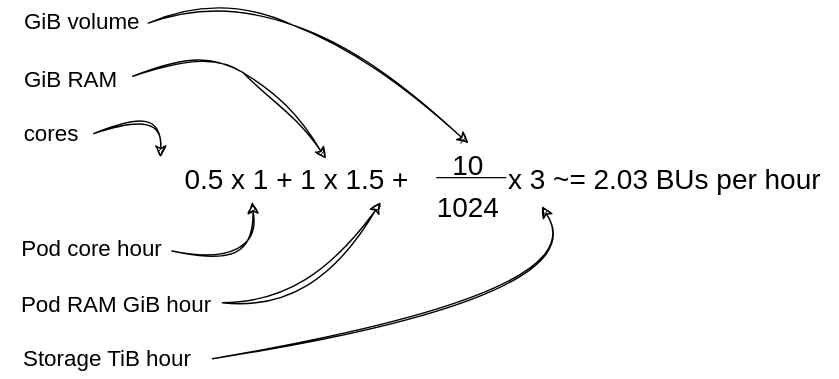
Above: docs/cloud/rahti/images/RahtiLimits.drawio.svg in CSCfi/csc-user-guide (draw.io), before the change. Source tidied: cells renumbered, new cells last; positions are measured from the earlier drawing's top-left corner, leaving out a move shared by most shapes. Source of this version:
```xml
<mxGraphModel>
  <root>
    <mxCell id="0" />
    <mxCell id="1" parent="0" />
    <mxCell id="2" style="curved=1;endArrow=classic;html=1;rounded=0;exitX=1;exitY=0.5;exitDx=0;exitDy=0;entryX=0;entryY=0;entryDx=0;entryDy=0;sketch=1;curveFitting=1;jiggle=2;" parent="1" edge="1" source="8" target="3">
      <mxGeometry relative="1" as="geometry">
        <Array as="points">
          <mxPoint x="114" y="79" />
        </Array>
      </mxGeometry>
    </mxCell>
    <mxCell id="3" value="&lt;font style=&quot;font-size: 20px;&quot;&gt;0.5 x 1 + 1 x 1.5 +&lt;/font&gt;" style="text;html=1;align=center;verticalAlign=middle;whiteSpace=wrap;rounded=0;" parent="1" vertex="1">
      <mxGeometry x="114" y="119" width="195" height="30" as="geometry" />
    </mxCell>
    <mxCell id="4" value="&lt;font style=&quot;font-size: 20px;&quot;&gt;10&lt;/font&gt;" style="text;html=1;align=center;verticalAlign=middle;whiteSpace=wrap;rounded=0;" parent="1" vertex="1">
      <mxGeometry x="304" y="109" width="60" height="30" as="geometry" />
    </mxCell>
    <mxCell id="5" value="&lt;font style=&quot;font-size: 20px;&quot;&gt;1024&lt;/font&gt;" style="text;html=1;align=center;verticalAlign=middle;whiteSpace=wrap;rounded=0;" parent="1" vertex="1">
      <mxGeometry x="304" y="139" width="60" height="30" as="geometry" />
    </mxCell>
    <mxCell id="6" style="endArrow=none;html=1;rounded=0;" parent="1" edge="1">
      <mxGeometry relative="1" as="geometry">
        <mxPoint x="311" y="133.5" as="sourcePoint" />
        <mxPoint x="361" y="133.5" as="targetPoint" />
        <Array as="points">
          <mxPoint x="341" y="133.5" />
        </Array>
      </mxGeometry>
    </mxCell>
    <mxCell id="7" value="&lt;font style=&quot;font-size: 20px;&quot;&gt;x 3 ~= 2.03 BUs per hour&lt;br&gt;&lt;/font&gt;" style="text;html=1;align=center;verticalAlign=middle;points=[];strokeColor=none;fillColor=none;" parent="1" vertex="1">
      <mxGeometry x="349" y="114" width="250" height="40" as="geometry" />
    </mxCell>
    <mxCell id="8" value="&lt;font style=&quot;font-size: 16px;&quot;&gt;cores&lt;/font&gt;" style="text;html=1;align=center;verticalAlign=middle;whiteSpace=wrap;rounded=0;" parent="1" vertex="1">
      <mxGeometry x="6" y="87" width="60" height="30" as="geometry" />
    </mxCell>
    <mxCell id="9" value="&lt;font style=&quot;font-size: 16px;&quot;&gt;Storage TiB hour&lt;/font&gt;" style="text;html=1;align=center;verticalAlign=middle;whiteSpace=wrap;rounded=0;" parent="1" vertex="1">
      <mxGeometry x="1" y="248" width="150" height="30" as="geometry" />
    </mxCell>
    <mxCell id="10" value="&lt;font style=&quot;font-size: 16px;&quot;&gt;Pod RAM GiB hour&lt;/font&gt;" style="text;html=1;align=center;verticalAlign=middle;whiteSpace=wrap;rounded=0;" parent="1" vertex="1">
      <mxGeometry x="10" y="209" width="145" height="30" as="geometry" />
    </mxCell>
    <mxCell id="11" value="&lt;font style=&quot;font-size: 16px;&quot;&gt;Pod core hour&lt;/font&gt;" style="text;html=1;align=center;verticalAlign=middle;whiteSpace=wrap;rounded=0;" parent="1" vertex="1">
      <mxGeometry x="10" y="169" width="110" height="30" as="geometry" />
    </mxCell>
    <mxCell id="12" value="&lt;font style=&quot;font-size: 16px;&quot;&gt;GiB volume&lt;/font&gt;" style="text;html=1;align=center;verticalAlign=middle;whiteSpace=wrap;rounded=0;" parent="1" vertex="1">
      <mxGeometry x="8" y="7" width="100" height="30" as="geometry" />
    </mxCell>
    <mxCell id="13" value="&lt;font style=&quot;font-size: 16px;&quot;&gt;GiB RAM&lt;/font&gt;" style="text;html=1;align=center;verticalAlign=middle;whiteSpace=wrap;rounded=0;" parent="1" vertex="1">
      <mxGeometry y="48" width="100" height="30" as="geometry" />
    </mxCell>
    <mxCell id="14" style="curved=1;endArrow=classic;html=1;rounded=0;strokeColor=none;targetPerimeterSpacing=0;sourcePerimeterSpacing=0;strokeWidth=5;sketch=1;curveFitting=1;jiggle=2;" parent="1" edge="1">
      <mxGeometry relative="1" as="geometry">
        <mxPoint x="131" y="203" as="sourcePoint" />
        <mxPoint x="181" y="153" as="targetPoint" />
        <Array as="points">
          <mxPoint x="181" y="203" />
          <mxPoint x="131" y="153" />
        </Array>
      </mxGeometry>
    </mxCell>
    <mxCell id="15" style="curved=1;endArrow=classic;html=1;rounded=0;entryX=0.335;entryY=1.067;entryDx=0;entryDy=0;entryPerimeter=0;sketch=1;curveFitting=1;jiggle=2;" parent="1" edge="1" target="3">
      <mxGeometry relative="1" as="geometry">
        <mxPoint x="122" y="186" as="sourcePoint" />
        <Array as="points">
          <mxPoint x="184" y="199" />
        </Array>
      </mxGeometry>
    </mxCell>
    <mxCell id="16" style="curved=1;endArrow=classic;html=1;rounded=0;entryX=0.806;entryY=1.067;entryDx=0;entryDy=0;entryPerimeter=0;sketch=1;curveFitting=1;jiggle=2;" parent="1" edge="1" target="3">
      <mxGeometry relative="1" as="geometry">
        <mxPoint x="158" y="223" as="sourcePoint" />
        <Array as="points">
          <mxPoint x="224" y="229" />
        </Array>
      </mxGeometry>
    </mxCell>
    <mxCell id="17" style="curved=1;endArrow=classic;html=1;rounded=0;exitX=1;exitY=0.5;exitDx=0;exitDy=0;entryX=0.15;entryY=1;entryDx=0;entryDy=0;entryPerimeter=0;sketch=1;curveFitting=1;jiggle=2;" parent="1" edge="1" source="9" target="7">
      <mxGeometry relative="1" as="geometry">
        <Array as="points">
          <mxPoint x="424" y="218" />
        </Array>
      </mxGeometry>
    </mxCell>
    <mxCell id="18" style="curved=1;endArrow=classic;html=1;rounded=0;exitX=1;exitY=0.5;exitDx=0;exitDy=0;entryX=0.606;entryY=0.033;entryDx=0;entryDy=0;sketch=1;curveFitting=1;jiggle=2;entryPerimeter=0;" parent="1" edge="1" target="3">
      <mxGeometry relative="1" as="geometry">
        <mxPoint x="94" y="61" as="sourcePoint" />
        <Array as="points">
          <mxPoint x="142" y="38" />
          <mxPoint x="204" y="79" />
        </Array>
      </mxGeometry>
    </mxCell>
    <mxCell id="19" style="curved=1;endArrow=classic;html=1;rounded=0;exitX=1;exitY=0.5;exitDx=0;exitDy=0;entryX=0.5;entryY=0;entryDx=0;entryDy=0;sketch=1;curveFitting=1;jiggle=2;" parent="1" edge="1" target="4">
      <mxGeometry relative="1" as="geometry">
        <mxPoint x="105" y="23" as="sourcePoint" />
        <Array as="points">
          <mxPoint x="153" />
          <mxPoint x="264" y="49" />
        </Array>
      </mxGeometry>
    </mxCell>
  </root>
</mxGraphModel>
```
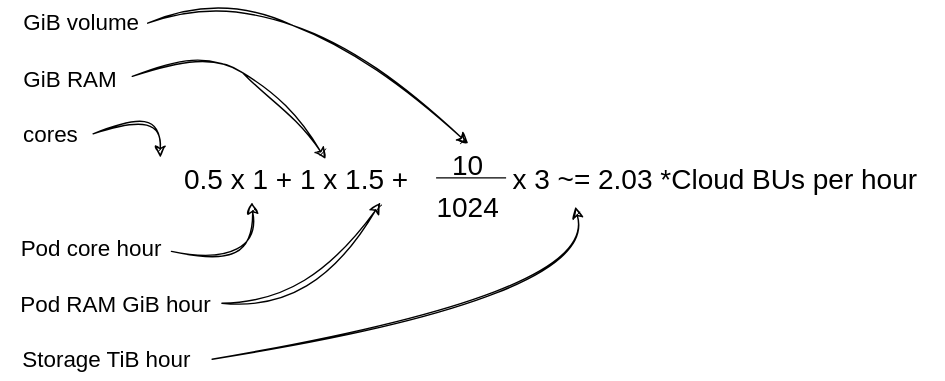
Above is the later version.

What changed in the source:
```diff
@@ -27,8 +27,8 @@
         </Array>
       </mxGeometry>
     </mxCell>
-    <mxCell id="7" value="&lt;font style=&quot;font-size: 20px;&quot;&gt;x 3 ~= 2.03 BUs per hour&lt;br&gt;&lt;/font&gt;" style="text;html=1;align=center;verticalAlign=middle;points=[];strokeColor=none;fillColor=none;" parent="1" vertex="1">
-      <mxGeometry x="349" y="114" width="250" height="40" as="geometry" />
+    <mxCell id="7" value="&lt;font style=&quot;font-size: 20px;&quot;&gt;x 3 ~= 2.03 *Cloud BUs per hour&lt;br&gt;&lt;/font&gt;" style="text;html=1;align=left;verticalAlign=middle;points=[];strokeColor=none;fillColor=none;" parent="1" vertex="1">
+      <mxGeometry x="364" y="114" width="310" height="40" as="geometry" />
     </mxCell>
     <mxCell id="8" value="&lt;font style=&quot;font-size: 16px;&quot;&gt;cores&lt;/font&gt;" style="text;html=1;align=center;verticalAlign=middle;whiteSpace=wrap;rounded=0;" parent="1" vertex="1">
       <mxGeometry x="6" y="87" width="60" height="30" as="geometry" />
```
